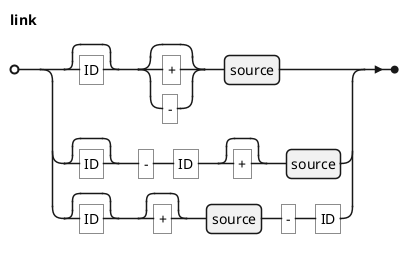
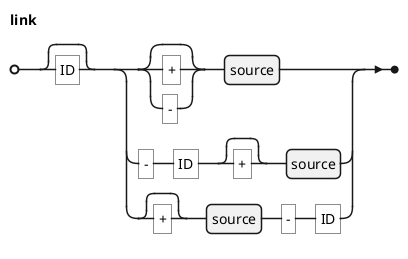
@startebnf
' border and background
skinparam legendBorderColor transparent
skinparam legendBackgroundColor white

'title link

- link = ["ID"], [("+" | "-")], source
-   | ["ID"], "-", "ID", ["+"], source
-   | ["ID"], ["+"], source, "-", "ID"
+ link = ["ID"], ([("+" | "-")], source
+   | "-", "ID", ["+"], source
+   | ["+"], source, "-", "ID")
;

@endebnf
